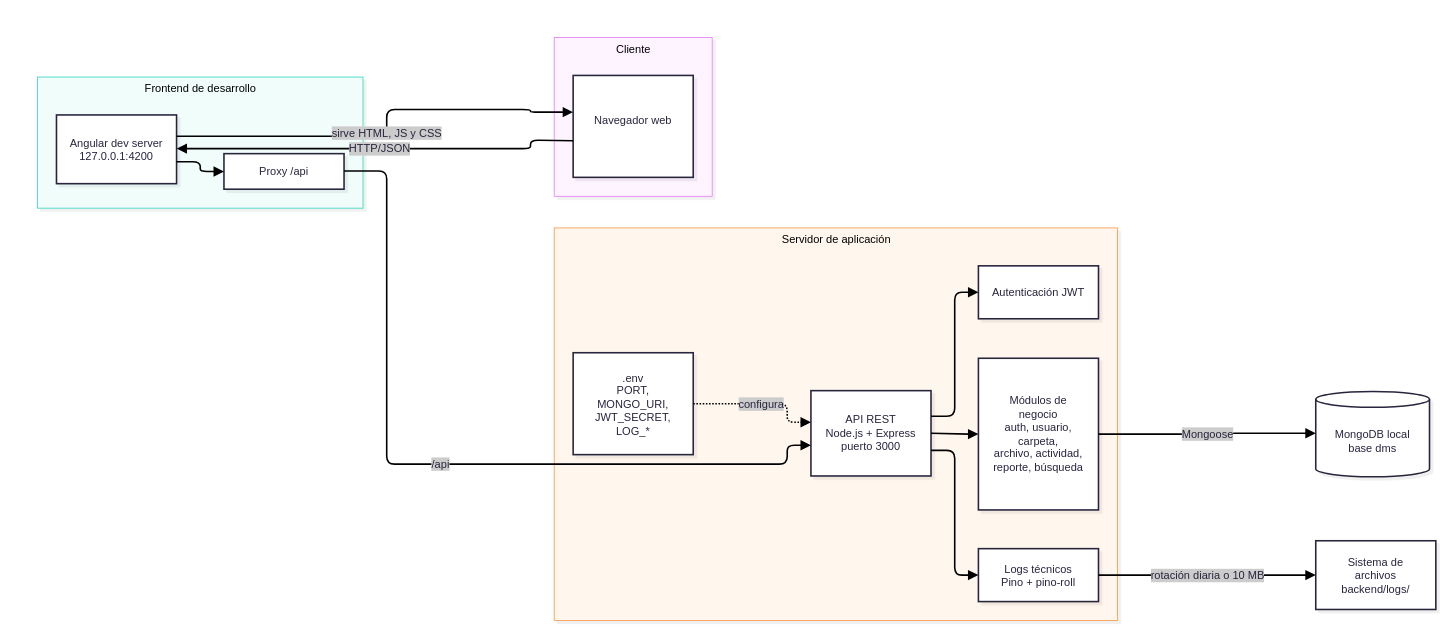
Before: page "despliegue" (2 of 9) of docs/uml/diagramas.drawio in JuanGio31/mi-drive, a draw.io diagram. Source tidied: cells renumbered, new cells numbered last; positions are measured from the earlier drawing's top-left corner, leaving out a move shared by most shapes. Both pictures are drawn from the tidied source at 79%, with x=0, y=0 at pixel (13, 13).
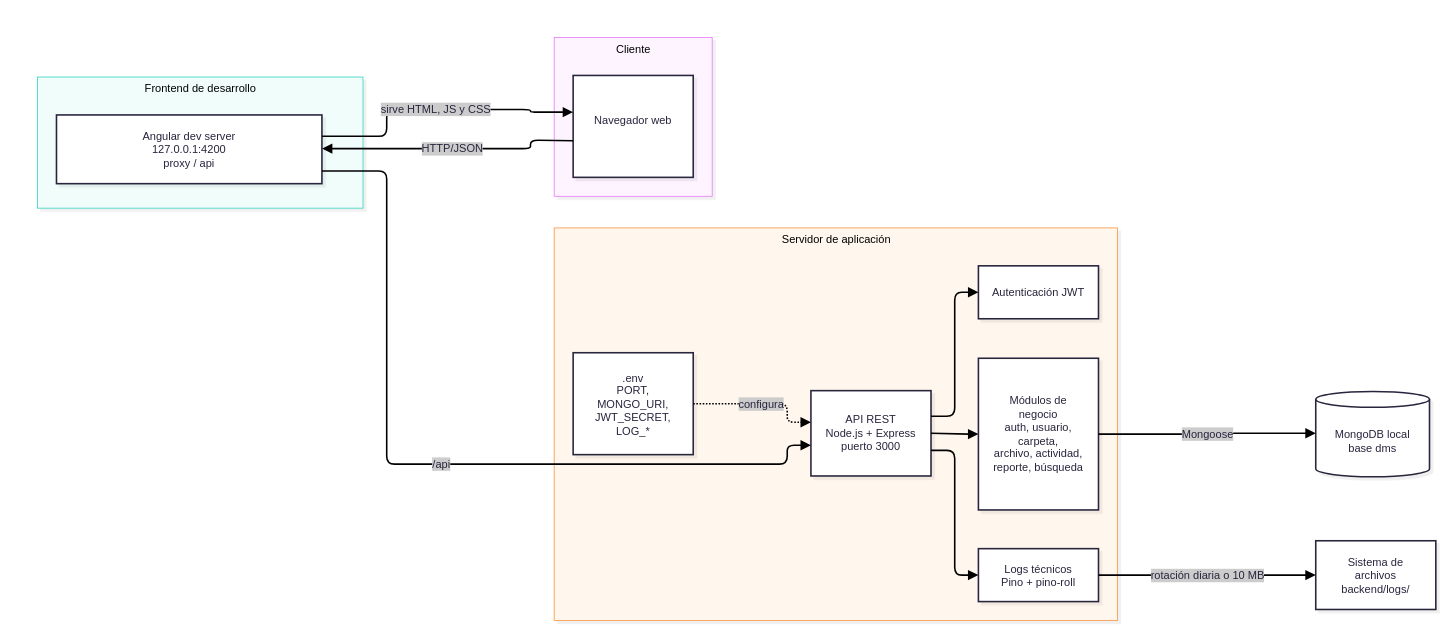
After the change.

Unchanged cells that the change refers to:
```xml
<mxCell id="2" style="group;transparentBounds=1;editIcon=1;lockedGroup=0;groupPadding=10;fontFamily=Helvetica;" parent="1" vertex="1">
  <mxGeometry as="geometry" />
</mxCell>
<mxCell id="4" value="API REST&lt;br&gt;Node.js + Express&lt;br&gt;puerto 3000" style="html=1;whiteSpace=wrap;strokeWidth=2;fillColor=#ffffff;strokeColor=#28253D;fontColor=#28253D;fontFamily=Helvetica;fontSize=14;shadow=1;shadowColor=#000000;shadowOffsetX=4;shadowOffsetY=4;shadowBlur=0;shadowOpacity=6;labelWidth=120;" parent="3" vertex="1">
  <mxGeometry x="325" y="206" width="152" height="108" as="geometry" />
</mxCell>
<mxCell id="13" value="Frontend de desarrollo" style="html=1;whiteSpace=nowrap;strokeWidth=1;verticalAlign=top;fillColor=#F0FDFA;strokeColor=#2DD4BF;fontColor=#000000;fontFamily=Helvetica;fontSize=14;shadow=1;shadowColor=#000000;shadowOffsetX=4;shadowOffsetY=4;shadowBlur=0;shadowOpacity=6;" parent="2" vertex="1">
  <mxGeometry x="30" y="80" width="412" height="166" as="geometry" />
</mxCell>
```

The edit, as a diff of the source:
```diff
@@
-    <mxCell id="14" value="Angular dev server&#10;127.0.0.1:4200" style="html=1;whiteSpace=wrap;strokeWidth=2;fillColor=#ffffff;strokeColor=#28253D;fontColor=#28253D;fontFamily=Helvetica;fontSize=14;shadow=1;shadowColor=#000000;shadowOffsetX=4;shadowOffsetY=4;shadowBlur=0;shadowOpacity=6;labelWidth=120;" parent="13" vertex="1">
-      <mxGeometry x="24" y="48" width="152" height="87" as="geometry" />
+    <mxCell id="14" value="Angular dev server&lt;br&gt;127.0.0.1:4200&lt;div&gt;proxy / api&lt;/div&gt;" style="html=1;whiteSpace=wrap;strokeWidth=2;fillColor=#ffffff;strokeColor=#28253D;fontColor=#28253D;fontFamily=Helvetica;fontSize=14;shadow=1;shadowColor=#000000;shadowOffsetX=4;shadowOffsetY=4;shadowBlur=0;shadowOpacity=6;labelWidth=120;" parent="13" vertex="1">
+      <mxGeometry x="24" y="48" width="336" height="87" as="geometry" />
     </mxCell>
-    <mxCell id="15" value="Proxy /api" style="html=1;whiteSpace=wrap;strokeWidth=2;fillColor=#ffffff;strokeColor=#28253D;fontColor=#28253D;fontFamily=Helvetica;fontSize=14;shadow=1;shadowColor=#000000;shadowOffsetX=4;shadowOffsetY=4;shadowBlur=0;shadowOpacity=6;" parent="13" vertex="1">
-      <mxGeometry x="236" y="97" width="152" height="45" as="geometry" />
-    </mxCell>
-    <mxCell id="16" style="edgeStyle=orthogonalEdgeStyle;rounded=1;curved=0;startArrow=none;endArrow=block;endSize=8;jumpStyle=arc;jumpSize=12;strokeColor=#000000;exitX=1;exitY=0.68;entryX=0;entryY=0.5;strokeWidth=2;targetPerimeterSpacing=4;fontFamily=Helvetica;" parent="13" edge="1" source="14" target="15">
-      <mxGeometry relative="1" as="geometry">
-        <Array as="points">
-          <mxPoint x="206" y="107" />
-          <mxPoint x="206" y="119" />
-        </Array>
-      </mxGeometry>
-    </mxCell>
@@
-    <mxCell id="23" value="/api" style="edgeStyle=orthogonalEdgeStyle;rounded=1;curved=0;startArrow=none;endArrow=block;endSize=8;jumpStyle=arc;jumpSize=12;strokeColor=#000000;html=1;fontSize=14;labelBackgroundColor=#cccccc;fontFamily=Helvetica;fontColor=#28253D;exitX=1;exitY=0.49;entryX=0;entryY=0.64;strokeWidth=2;targetPerimeterSpacing=4;" parent="2" edge="1" source="15" target="4">
-      <mxGeometry relative="1" as="geometry">
+    <mxCell id="23" value="/api" style="edgeStyle=orthogonalEdgeStyle;rounded=1;curved=0;startArrow=none;endArrow=block;endSize=8;jumpStyle=arc;jumpSize=12;strokeColor=#000000;html=1;fontSize=14;labelBackgroundColor=#cccccc;fontFamily=Helvetica;fontColor=#28253D;entryX=0;entryY=0.64;strokeWidth=2;targetPerimeterSpacing=4;" parent="2" edge="1" source="14" target="4">
+      <mxGeometry x="0.03" relative="1" as="geometry">
         <Array as="points">
-          <mxPoint x="452" y="199" />
           <mxPoint x="472" y="199" />
           <mxPoint x="472" y="570" />
-          <mxPoint x="674" y="570" />
           <mxPoint x="979" y="570" />
-          <mxPoint x="979" y="546" />
+          <mxPoint x="979" y="546.1" />
         </Array>
       </mxGeometry>
     </mxCell>
```
